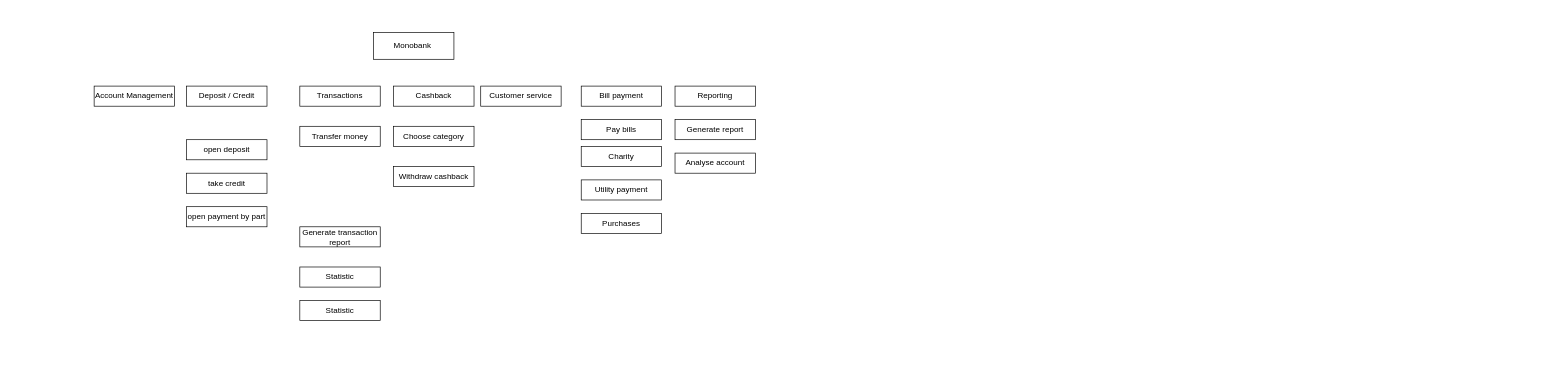
This is Decomposition.drawio from incfl0w/drawio, a draw.io file, before an edit. Source tidied: cells renumbered, new cells numbered last; positions are measured from the earlier drawing's top-left corner, leaving out a move shared by most shapes. Both pictures are drawn from the tidied source at 67%, with x=0, y=0 at pixel (94, 32).
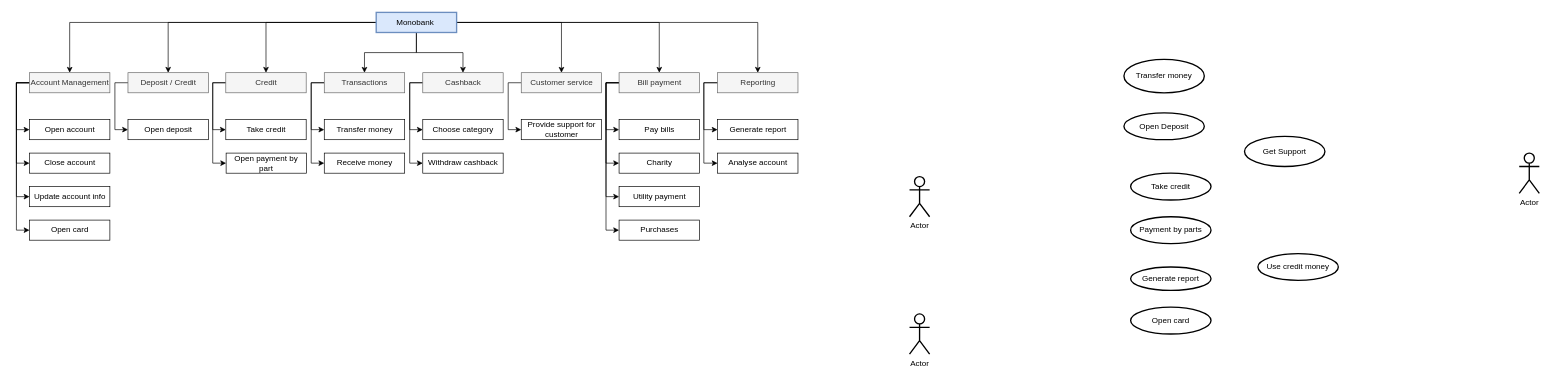
Above is the later version.

Change to the diagram source:
```diff
@@
+    <mxCell id="25" style="edgeStyle=orthogonalEdgeStyle;rounded=0;jettySize=auto;html=1;" parent="1" edge="1" source="2" target="3">
+      <mxGeometry relative="1" as="geometry" />
+    </mxCell>
+    <mxCell id="26" style="edgeStyle=orthogonalEdgeStyle;rounded=0;jettySize=auto;html=1;entryX=0.5;entryY=0;entryDx=0;entryDy=0;" parent="1" edge="1" source="2" target="54">
+      <mxGeometry relative="1" as="geometry" />
+    </mxCell>
+    <mxCell id="27" style="edgeStyle=orthogonalEdgeStyle;rounded=0;jettySize=auto;html=1;" parent="1" edge="1" source="2" target="4">
+      <mxGeometry relative="1" as="geometry" />
+    </mxCell>
+    <mxCell id="28" style="edgeStyle=orthogonalEdgeStyle;rounded=0;jettySize=auto;html=1;" parent="1" edge="1" source="2" target="11">
+      <mxGeometry relative="1" as="geometry" />
+    </mxCell>
+    <mxCell id="29" style="edgeStyle=orthogonalEdgeStyle;rounded=0;jettySize=auto;html=1;entryX=0.5;entryY=0;entryDx=0;entryDy=0;" parent="1" edge="1" source="2" target="10">
+      <mxGeometry relative="1" as="geometry" />
+    </mxCell>
+    <mxCell id="30" style="edgeStyle=orthogonalEdgeStyle;rounded=0;jettySize=auto;html=1;" parent="1" edge="1" source="2" target="5">
+      <mxGeometry relative="1" as="geometry" />
+    </mxCell>
+    <mxCell id="31" style="edgeStyle=orthogonalEdgeStyle;rounded=0;jettySize=auto;html=1;" parent="1" edge="1" source="2" target="6">
+      <mxGeometry relative="1" as="geometry" />
+    </mxCell>
+    <mxCell id="32" style="edgeStyle=orthogonalEdgeStyle;rounded=0;jettySize=auto;html=1;" parent="1" edge="1" source="2" target="23">
+      <mxGeometry relative="1" as="geometry" />
+    </mxCell>
-    <mxCell id="2" value="Monobank&amp;nbsp;" style="rounded=0;whiteSpace=wrap;html=1;" parent="1" vertex="1">
-      <mxGeometry x="417" width="120" height="40" as="geometry" />
+    <mxCell id="2" value="Monobank&amp;nbsp;" style="rounded=0;whiteSpace=wrap;html=1;strokeWidth=2;fillColor=#dae8fc;strokeColor=#6c8ebf;" parent="1" vertex="1">
+      <mxGeometry x="421" y="-30" width="120" height="30" as="geometry" />
     </mxCell>
+    <mxCell id="33" style="edgeStyle=orthogonalEdgeStyle;rounded=0;jettySize=auto;html=1;entryX=0;entryY=0.5;entryDx=0;entryDy=0;" parent="1" edge="1" source="3" target="12">
+      <mxGeometry relative="1" as="geometry">
+        <Array as="points">
+          <mxPoint x="324" y="75" />
+          <mxPoint x="324" y="145" />
+        </Array>
+      </mxGeometry>
+    </mxCell>
+    <mxCell id="34" style="edgeStyle=orthogonalEdgeStyle;rounded=0;jettySize=auto;html=1;entryX=0;entryY=0.5;entryDx=0;entryDy=0;" parent="1" edge="1" source="3" target="55">
+      <mxGeometry relative="1" as="geometry">
+        <Array as="points">
+          <mxPoint x="324" y="75" />
+          <mxPoint x="324" y="195" />
+        </Array>
+      </mxGeometry>
+    </mxCell>
-    <mxCell id="3" value="Transactions" style="whiteSpace=wrap;html=1;" parent="1" vertex="1">
-      <mxGeometry x="307" y="80" width="120" height="30" as="geometry" />
+    <mxCell id="3" value="Transactions" style="whiteSpace=wrap;html=1;fillColor=#f5f5f5;fontColor=#333333;strokeColor=#666666;" parent="1" vertex="1">
+      <mxGeometry x="343.5" y="60" width="120" height="30" as="geometry" />
     </mxCell>
+    <mxCell id="35" style="edgeStyle=orthogonalEdgeStyle;rounded=0;jettySize=auto;html=1;entryX=0;entryY=0.5;entryDx=0;entryDy=0;" parent="1" edge="1" source="4" target="19">
+      <mxGeometry relative="1" as="geometry">
+        <Array as="points">
+          <mxPoint x="31" y="75" />
+          <mxPoint x="31" y="145" />
+        </Array>
+      </mxGeometry>
+    </mxCell>
-    <mxCell id="4" value="Deposit / Credit" style="whiteSpace=wrap;html=1;" parent="1" vertex="1">
-      <mxGeometry x="138" y="80" width="120" height="30" as="geometry" />
+    <mxCell id="4" value="Deposit / Credit" style="whiteSpace=wrap;html=1;fillColor=#f5f5f5;fontColor=#333333;strokeColor=#666666;" parent="1" vertex="1">
+      <mxGeometry x="50.5" y="60" width="120" height="30" as="geometry" />
     </mxCell>
+    <mxCell id="36" style="edgeStyle=orthogonalEdgeStyle;rounded=0;jettySize=auto;html=1;entryX=0;entryY=0.5;entryDx=0;entryDy=0;" parent="1" edge="1" source="5" target="56">
+      <mxGeometry relative="1" as="geometry">
+        <Array as="points">
+          <mxPoint x="618" y="75" />
+          <mxPoint x="618" y="145" />
+        </Array>
+      </mxGeometry>
+    </mxCell>
-    <mxCell id="5" value="Customer service" style="whiteSpace=wrap;html=1;" parent="1" vertex="1">
-      <mxGeometry x="577" y="80" width="120" height="30" as="geometry" />
+    <mxCell id="5" value="Customer service" style="whiteSpace=wrap;html=1;fillColor=#f5f5f5;fontColor=#333333;strokeColor=#666666;" parent="1" vertex="1">
+      <mxGeometry x="637.5" y="60" width="120" height="30" as="geometry" />
     </mxCell>
+    <mxCell id="37" style="edgeStyle=orthogonalEdgeStyle;rounded=0;jettySize=auto;html=1;entryX=0;entryY=0.5;entryDx=0;entryDy=0;" parent="1" edge="1" source="6" target="22">
+      <mxGeometry relative="1" as="geometry">
+        <Array as="points">
+          <mxPoint x="764" y="75" />
+          <mxPoint x="764" y="145" />
+        </Array>
+      </mxGeometry>
+    </mxCell>
+    <mxCell id="38" style="edgeStyle=orthogonalEdgeStyle;rounded=0;jettySize=auto;html=1;entryX=0;entryY=0.5;entryDx=0;entryDy=0;" parent="1" edge="1" source="6" target="7">
+      <mxGeometry relative="1" as="geometry">
+        <Array as="points">
+          <mxPoint x="764" y="75" />
+          <mxPoint x="764" y="195" />
+        </Array>
+      </mxGeometry>
+    </mxCell>
+    <mxCell id="39" style="edgeStyle=orthogonalEdgeStyle;rounded=0;jettySize=auto;html=1;entryX=0;entryY=0.5;entryDx=0;entryDy=0;" parent="1" edge="1" source="6" target="8">
+      <mxGeometry relative="1" as="geometry">
+        <Array as="points">
+          <mxPoint x="764" y="75" />
+          <mxPoint x="764" y="245" />
+        </Array>
+      </mxGeometry>
+    </mxCell>
+    <mxCell id="40" style="edgeStyle=orthogonalEdgeStyle;rounded=0;jettySize=auto;html=1;entryX=0;entryY=0.5;entryDx=0;entryDy=0;" parent="1" edge="1" source="6" target="9">
+      <mxGeometry relative="1" as="geometry">
+        <Array as="points">
+          <mxPoint x="764" y="75" />
+          <mxPoint x="764" y="295" />
+        </Array>
+      </mxGeometry>
+    </mxCell>
-    <mxCell id="6" value="Bill payment" style="whiteSpace=wrap;html=1;" parent="1" vertex="1">
-      <mxGeometry x="727" y="80" width="120" height="30" as="geometry" />
+    <mxCell id="6" value="Bill payment" style="whiteSpace=wrap;html=1;fillColor=#f5f5f5;fontColor=#333333;strokeColor=#666666;" parent="1" vertex="1">
+      <mxGeometry x="783.5" y="60" width="120" height="30" as="geometry" />
     </mxCell>
     <mxCell id="7" value="Charity" style="whiteSpace=wrap;html=1;" parent="1" vertex="1">
-      <mxGeometry x="727" y="170" width="120" height="30" as="geometry" />
+      <mxGeometry x="783.5" y="180" width="120" height="30" as="geometry" />
     </mxCell>
     <mxCell id="8" value="Utility payment" style="whiteSpace=wrap;html=1;" parent="1" vertex="1">
-      <mxGeometry x="727" y="220" width="120" height="30" as="geometry" />
+      <mxGeometry x="783.5" y="230" width="120" height="30" as="geometry" />
     </mxCell>
     <mxCell id="9" value="Purchases" style="whiteSpace=wrap;html=1;" parent="1" vertex="1">
-      <mxGeometry x="727" y="270" width="120" height="30" as="geometry" />
+      <mxGeometry x="783.5" y="280" width="120" height="30" as="geometry" />
     </mxCell>
+    <mxCell id="41" style="edgeStyle=orthogonalEdgeStyle;rounded=0;jettySize=auto;html=1;entryX=0;entryY=0.5;entryDx=0;entryDy=0;" parent="1" edge="1" source="10" target="20">
+      <mxGeometry relative="1" as="geometry">
+        <Array as="points">
+          <mxPoint x="471" y="75" />
+          <mxPoint x="471" y="145" />
+        </Array>
+      </mxGeometry>
+    </mxCell>
+    <mxCell id="42" style="edgeStyle=orthogonalEdgeStyle;rounded=0;jettySize=auto;html=1;entryX=0;entryY=0.5;entryDx=0;entryDy=0;" parent="1" edge="1" source="10" target="21">
+      <mxGeometry relative="1" as="geometry">
+        <Array as="points">
+          <mxPoint x="471" y="75" />
+          <mxPoint x="471" y="195" />
+        </Array>
+      </mxGeometry>
+    </mxCell>
-    <mxCell id="10" value="Cashback" style="whiteSpace=wrap;html=1;" parent="1" vertex="1">
-      <mxGeometry x="447" y="80" width="120" height="30" as="geometry" />
+    <mxCell id="10" value="Cashback" style="whiteSpace=wrap;html=1;fillColor=#f5f5f5;fontColor=#333333;strokeColor=#666666;" parent="1" vertex="1">
+      <mxGeometry x="490.5" y="60" width="120" height="30" as="geometry" />
     </mxCell>
+    <mxCell id="43" style="edgeStyle=orthogonalEdgeStyle;rounded=0;jettySize=auto;html=1;entryX=0;entryY=0.5;entryDx=0;entryDy=0;" parent="1" edge="1" source="11" target="49">
+      <mxGeometry relative="1" as="geometry">
+        <Array as="points">
+          <mxPoint x="-116" y="75" />
+          <mxPoint x="-116" y="145" />
+        </Array>
+      </mxGeometry>
+    </mxCell>
+    <mxCell id="44" style="edgeStyle=orthogonalEdgeStyle;rounded=0;jettySize=auto;html=1;entryX=0;entryY=0.5;entryDx=0;entryDy=0;" parent="1" edge="1" source="11" target="50">
+      <mxGeometry relative="1" as="geometry">
+        <Array as="points">
+          <mxPoint x="-116" y="75" />
+          <mxPoint x="-116" y="195" />
+        </Array>
+      </mxGeometry>
+    </mxCell>
+    <mxCell id="45" style="edgeStyle=orthogonalEdgeStyle;rounded=0;jettySize=auto;html=1;entryX=0;entryY=0.5;entryDx=0;entryDy=0;" parent="1" edge="1" source="11" target="51">
+      <mxGeometry relative="1" as="geometry">
+        <Array as="points">
+          <mxPoint x="-116" y="75" />
+          <mxPoint x="-116" y="245" />
+        </Array>
+      </mxGeometry>
+    </mxCell>
+    <mxCell id="46" style="edgeStyle=orthogonalEdgeStyle;rounded=0;jettySize=auto;html=1;entryX=0;entryY=0.5;entryDx=0;entryDy=0;" parent="1" edge="1" source="11" target="68">
+      <mxGeometry relative="1" as="geometry">
+        <Array as="points">
+          <mxPoint x="-116" y="75" />
+          <mxPoint x="-116" y="295" />
+        </Array>
+      </mxGeometry>
+    </mxCell>
-    <mxCell id="11" value="Account Management" style="whiteSpace=wrap;html=1;" parent="1" vertex="1">
-      <mxGeometry y="80" width="120" height="30" as="geometry" />
+    <mxCell id="11" value="Account Management" style="whiteSpace=wrap;html=1;fillColor=#f5f5f5;fontColor=#333333;strokeColor=#666666;" parent="1" vertex="1">
+      <mxGeometry x="-96.5" y="60" width="120" height="30" as="geometry" />
     </mxCell>
     <mxCell id="12" value="Transfer money" style="whiteSpace=wrap;html=1;" parent="1" vertex="1">
-      <mxGeometry x="307" y="140" width="120" height="30" as="geometry" />
+      <mxGeometry x="343.5" y="130" width="120" height="30" as="geometry" />
     </mxCell>
     <mxCell id="13" value="Generate report" style="whiteSpace=wrap;html=1;" parent="1" vertex="1">
-      <mxGeometry x="867" y="130" width="120" height="30" as="geometry" />
+      <mxGeometry x="930.5" y="130" width="120" height="30" as="geometry" />
     </mxCell>
-    <mxCell id="14" value="Generate transaction report" style="whiteSpace=wrap;html=1;" parent="1" vertex="1">
-      <mxGeometry x="307" y="290" width="120" height="30" as="geometry" />
-    </mxCell>
-    <mxCell id="15" value="Statistic" style="whiteSpace=wrap;html=1;" parent="1" vertex="1">
-      <mxGeometry x="307" y="350" width="120" height="30" as="geometry" />
-    </mxCell>
-    <mxCell id="16" value="Statistic" style="whiteSpace=wrap;html=1;" parent="1" vertex="1">
-      <mxGeometry x="307" y="400" width="120" height="30" as="geometry" />
-    </mxCell>
-    <mxCell id="17" value="take credit" style="whiteSpace=wrap;html=1;" parent="1" vertex="1">
-      <mxGeometry x="138" y="210" width="120" height="30" as="geometry" />
+    <mxCell id="17" value="Take credit" style="whiteSpace=wrap;html=1;" parent="1" vertex="1">
+      <mxGeometry x="196.5" y="130" width="120" height="30" as="geometry" />
     </mxCell>
-    <mxCell id="18" value="open payment by part" style="whiteSpace=wrap;html=1;" parent="1" vertex="1">
-      <mxGeometry x="138" y="260" width="120" height="30" as="geometry" />
+    <mxCell id="18" value="Open payment by part" style="whiteSpace=wrap;html=1;" parent="1" vertex="1">
+      <mxGeometry x="197" y="180" width="120" height="30" as="geometry" />
     </mxCell>
-    <mxCell id="19" value="open deposit" style="whiteSpace=wrap;html=1;" parent="1" vertex="1">
-      <mxGeometry x="138" y="160" width="120" height="30" as="geometry" />
+    <mxCell id="19" value="Open deposit" style="whiteSpace=wrap;html=1;" parent="1" vertex="1">
+      <mxGeometry x="50.5" y="130" width="120" height="30" as="geometry" />
     </mxCell>
     <mxCell id="20" value="Choose category" style="whiteSpace=wrap;html=1;" parent="1" vertex="1">
-      <mxGeometry x="447" y="140" width="120" height="30" as="geometry" />
+      <mxGeometry x="490.5" y="130" width="120" height="30" as="geometry" />
     </mxCell>
     <mxCell id="21" value="Withdraw cashback" style="whiteSpace=wrap;html=1;" parent="1" vertex="1">
-      <mxGeometry x="447" y="200" width="120" height="30" as="geometry" />
+      <mxGeometry x="490.5" y="180" width="120" height="30" as="geometry" />
     </mxCell>
     <mxCell id="22" value="Pay bills" style="whiteSpace=wrap;html=1;" parent="1" vertex="1">
-      <mxGeometry x="727" y="130" width="120" height="30" as="geometry" />
+      <mxGeometry x="783.5" y="130" width="120" height="30" as="geometry" />
     </mxCell>
+    <mxCell id="47" style="edgeStyle=orthogonalEdgeStyle;rounded=0;jettySize=auto;html=1;entryX=0;entryY=0.5;entryDx=0;entryDy=0;" parent="1" edge="1" source="23" target="13">
+      <mxGeometry relative="1" as="geometry">
+        <Array as="points">
+          <mxPoint x="910" y="75" />
+          <mxPoint x="910" y="145" />
+        </Array>
+      </mxGeometry>
+    </mxCell>
+    <mxCell id="48" style="edgeStyle=orthogonalEdgeStyle;rounded=0;jettySize=auto;html=1;entryX=0;entryY=0.5;entryDx=0;entryDy=0;" parent="1" edge="1" source="23" target="24">
+      <mxGeometry relative="1" as="geometry">
+        <Array as="points">
+          <mxPoint x="910" y="75" />
+          <mxPoint x="910" y="195" />
+        </Array>
+      </mxGeometry>
+    </mxCell>
-    <mxCell id="23" value="Reporting" style="whiteSpace=wrap;html=1;" parent="1" vertex="1">
-      <mxGeometry x="867" y="80" width="120" height="30" as="geometry" />
+    <mxCell id="23" value="Reporting" style="whiteSpace=wrap;html=1;fillColor=#f5f5f5;fontColor=#333333;strokeColor=#666666;" parent="1" vertex="1">
+      <mxGeometry x="930.5" y="60" width="120" height="30" as="geometry" />
     </mxCell>
     <mxCell id="24" value="Analyse account" style="whiteSpace=wrap;html=1;" parent="1" vertex="1">
-      <mxGeometry x="867" y="180" width="120" height="30" as="geometry" />
+      <mxGeometry x="930.5" y="180" width="120" height="30" as="geometry" />
     </mxCell>
+    <mxCell id="49" value="Open account" style="whiteSpace=wrap;html=1;" parent="1" vertex="1">
+      <mxGeometry x="-96.5" y="130" width="120" height="30" as="geometry" />
+    </mxCell>
+    <mxCell id="50" value="Close account" style="whiteSpace=wrap;html=1;" parent="1" vertex="1">
+      <mxGeometry x="-96.5" y="180" width="120" height="30" as="geometry" />
+    </mxCell>
+    <mxCell id="51" value="Update account info" style="whiteSpace=wrap;html=1;" parent="1" vertex="1">
+      <mxGeometry x="-96.5" y="230" width="120" height="30" as="geometry" />
+    </mxCell>
+    <mxCell id="52" style="edgeStyle=orthogonalEdgeStyle;rounded=0;jettySize=auto;html=1;entryX=0;entryY=0.5;entryDx=0;entryDy=0;" parent="1" edge="1" source="54" target="17">
+      <mxGeometry relative="1" as="geometry">
+        <Array as="points">
+          <mxPoint x="177" y="75" />
+          <mxPoint x="177" y="145" />
+        </Array>
+      </mxGeometry>
+    </mxCell>
+    <mxCell id="53" style="edgeStyle=orthogonalEdgeStyle;rounded=0;jettySize=auto;html=1;entryX=0;entryY=0.5;entryDx=0;entryDy=0;" parent="1" edge="1" source="54" target="18">
+      <mxGeometry relative="1" as="geometry">
+        <Array as="points">
+          <mxPoint x="177" y="75" />
+          <mxPoint x="177" y="195" />
+        </Array>
+      </mxGeometry>
+    </mxCell>
+    <mxCell id="54" value="Credit" style="whiteSpace=wrap;html=1;fillColor=#f5f5f5;fontColor=#333333;strokeColor=#666666;" parent="1" vertex="1">
+      <mxGeometry x="196.5" y="60" width="120" height="30" as="geometry" />
+    </mxCell>
+    <mxCell id="55" value="Receive money" style="whiteSpace=wrap;html=1;" parent="1" vertex="1">
+      <mxGeometry x="343.5" y="180" width="120" height="30" as="geometry" />
+    </mxCell>
+    <mxCell id="56" value="Provide support for customer" style="whiteSpace=wrap;html=1;" parent="1" vertex="1">
+      <mxGeometry x="637.5" y="130" width="120" height="30" as="geometry" />
+    </mxCell>
+    <mxCell id="57" value="Transfer money" style="ellipse;whiteSpace=wrap;html=1;strokeWidth=2;" parent="1" vertex="1">
+      <mxGeometry x="1537" y="40" width="120" height="50" as="geometry" />
+    </mxCell>
+    <mxCell id="58" value="Open Deposit" style="ellipse;whiteSpace=wrap;html=1;strokeWidth=2;" parent="1" vertex="1">
+      <mxGeometry x="1537" y="120" width="120" height="40" as="geometry" />
+    </mxCell>
+    <mxCell id="59" value="Take credit" style="ellipse;whiteSpace=wrap;html=1;strokeWidth=2;" parent="1" vertex="1">
+      <mxGeometry x="1547" y="210" width="120" height="40" as="geometry" />
+    </mxCell>
+    <mxCell id="60" value="Payment by parts" style="ellipse;whiteSpace=wrap;html=1;strokeWidth=2;" parent="1" vertex="1">
+      <mxGeometry x="1547" y="275" width="120" height="40" as="geometry" />
+    </mxCell>
+    <mxCell id="61" value="Actor" style="shape=umlActor;verticalLabelPosition=bottom;verticalAlign=top;html=1;strokeWidth=2;" parent="1" vertex="1">
+      <mxGeometry x="1217" y="215" width="30" height="60" as="geometry" />
+    </mxCell>
+    <mxCell id="62" value="Actor" style="shape=umlActor;verticalLabelPosition=bottom;verticalAlign=top;html=1;strokeWidth=2;" parent="1" vertex="1">
+      <mxGeometry x="1217" y="420" width="30" height="60" as="geometry" />
+    </mxCell>
+    <mxCell id="63" value="Actor" style="shape=umlActor;verticalLabelPosition=bottom;verticalAlign=top;html=1;strokeWidth=2;" parent="1" vertex="1">
+      <mxGeometry x="2127" y="180" width="30" height="60" as="geometry" />
+    </mxCell>
+    <mxCell id="64" value="Generate report" style="ellipse;whiteSpace=wrap;html=1;strokeWidth=2;" parent="1" vertex="1">
+      <mxGeometry x="1547" y="350" width="120" height="35" as="geometry" />
+    </mxCell>
+    <mxCell id="65" value="Open card" style="ellipse;whiteSpace=wrap;html=1;strokeWidth=2;" parent="1" vertex="1">
+      <mxGeometry x="1547" y="410" width="120" height="40" as="geometry" />
+    </mxCell>
+    <mxCell id="66" value="Get Support" style="ellipse;whiteSpace=wrap;html=1;strokeWidth=2;" parent="1" vertex="1">
+      <mxGeometry x="1717" y="155" width="120" height="45" as="geometry" />
+    </mxCell>
+    <mxCell id="67" value="Use credit money" style="ellipse;whiteSpace=wrap;html=1;strokeWidth=2;" parent="1" vertex="1">
+      <mxGeometry x="1737" y="330" width="120" height="40" as="geometry" />
+    </mxCell>
+    <mxCell id="68" value="Open card" style="whiteSpace=wrap;html=1;" parent="1" vertex="1">
+      <mxGeometry x="-96.5" y="280" width="120" height="30" as="geometry" />
+    </mxCell>
```
